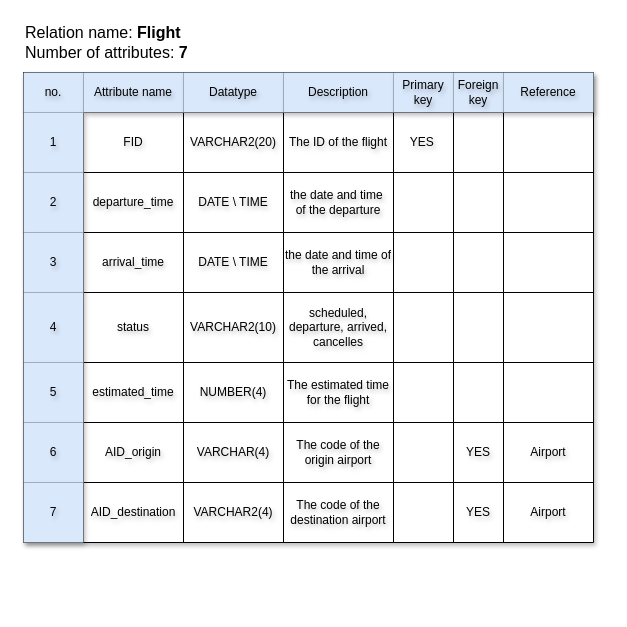
This is page "Flight_data_dictionary" (4 of 8) of Airport-DBMS.drawio from AbdullahKhkmba/Airport-DBMS, a draw.io file, before an edit. Source tidied: cells renumbered, new cells numbered last; positions are measured from the earlier drawing's top-left corner, leaving out a move shared by most shapes. Both pictures are drawn from the tidied source at 100%, with x=0, y=0 at pixel (23, 17).
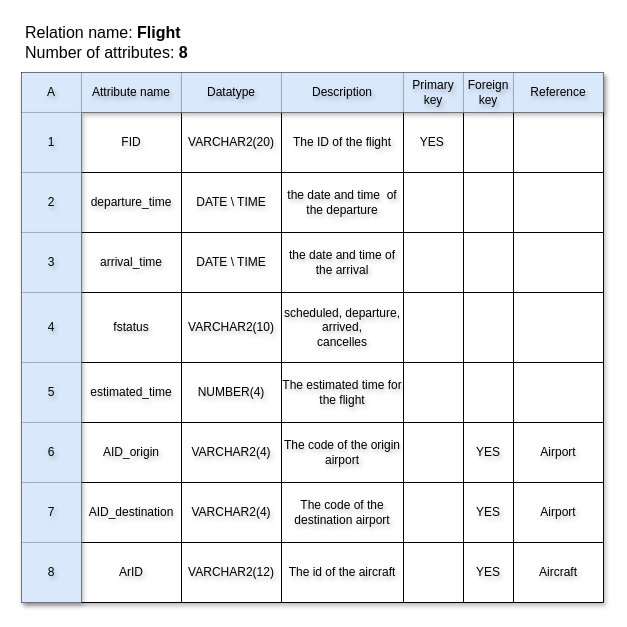
The same diagram, later.

The edit, as a diff of the source:
```diff
@@
     <mxCell id="2" style="shape=table;startSize=0;childLayout=tableLayout;rounded=1;shadow=1;textShadow=1;swimlaneFillColor=none;" parent="1" vertex="1">
-      <mxGeometry y="55" width="570" height="470" as="geometry" />
+      <mxGeometry x="-2" y="55" width="582" height="530" as="geometry" />
     </mxCell>
     <mxCell id="3" style="shape=tableRow;horizontal=0;startSize=0;swimlaneHead=0;swimlaneBody=0;strokeColor=inherit;top=0;left=0;bottom=0;right=0;fillColor=none;rounded=1;shadow=1;textShadow=1;swimlaneFillColor=none;" parent="2" vertex="1">
-      <mxGeometry width="570" height="40" as="geometry" />
+      <mxGeometry width="582" height="40" as="geometry" />
     </mxCell>
-    <mxCell id="4" value="no." style="shape=partialRectangle;html=1;whiteSpace=wrap;strokeColor=#6c8ebf;overflow=hidden;fillColor=#dae8fc;top=0;left=0;bottom=0;right=0;rounded=1;shadow=1;textShadow=1;swimlaneFillColor=none;" parent="3" vertex="1">
+    <mxCell id="4" value="A" style="shape=partialRectangle;html=1;whiteSpace=wrap;strokeColor=#6c8ebf;overflow=hidden;fillColor=#dae8fc;top=0;left=0;bottom=0;right=0;rounded=1;shadow=1;textShadow=1;swimlaneFillColor=none;" parent="3" vertex="1">
       <mxGeometry width="60" height="40" as="geometry" />
     </mxCell>
@@
     <mxCell id="7" value="Description" style="shape=partialRectangle;html=1;whiteSpace=wrap;strokeColor=#6c8ebf;overflow=hidden;fillColor=#dae8fc;top=0;left=0;bottom=0;right=0;rounded=1;shadow=1;textShadow=1;swimlaneFillColor=none;" parent="3" vertex="1">
-      <mxGeometry x="260" width="110" height="40" as="geometry" />
+      <mxGeometry x="260" width="122" height="40" as="geometry" />
     </mxCell>
     <mxCell id="8" value="Primary key" style="shape=partialRectangle;html=1;whiteSpace=wrap;strokeColor=#6c8ebf;overflow=hidden;fillColor=#dae8fc;top=0;left=0;bottom=0;right=0;rounded=1;shadow=1;textShadow=1;swimlaneFillColor=none;" parent="3" vertex="1">
-      <mxGeometry x="370" width="60" height="40" as="geometry" />
+      <mxGeometry x="382" width="60" height="40" as="geometry" />
     </mxCell>
     <mxCell id="9" value="Foreign key" style="shape=partialRectangle;html=1;whiteSpace=wrap;strokeColor=#6c8ebf;overflow=hidden;fillColor=#dae8fc;top=0;left=0;bottom=0;right=0;rounded=1;shadow=1;textShadow=1;swimlaneFillColor=none;" parent="3" vertex="1">
-      <mxGeometry x="430" width="50" height="40" as="geometry" />
+      <mxGeometry x="442" width="50" height="40" as="geometry" />
     </mxCell>
     <mxCell id="10" value="Reference" style="shape=partialRectangle;html=1;whiteSpace=wrap;strokeColor=#6c8ebf;overflow=hidden;fillColor=#dae8fc;top=0;left=0;bottom=0;right=0;rounded=1;shadow=1;textShadow=1;swimlaneFillColor=none;" parent="3" vertex="1">
-      <mxGeometry x="480" width="90" height="40" as="geometry" />
+      <mxGeometry x="492" width="90" height="40" as="geometry" />
     </mxCell>
     <mxCell id="11" style="shape=tableRow;horizontal=0;startSize=0;swimlaneHead=0;swimlaneBody=0;strokeColor=inherit;top=0;left=0;bottom=0;right=0;fillColor=none;rounded=1;shadow=1;textShadow=1;swimlaneFillColor=none;" parent="2" vertex="1">
-      <mxGeometry y="40" width="570" height="60" as="geometry" />
+      <mxGeometry y="40" width="582" height="60" as="geometry" />
     </mxCell>
@@
     <mxCell id="15" value="The ID of the flight" style="shape=partialRectangle;html=1;whiteSpace=wrap;strokeColor=inherit;overflow=hidden;fillColor=none;top=0;left=0;bottom=0;right=0;rounded=1;shadow=1;textShadow=1;swimlaneFillColor=none;" parent="11" vertex="1">
-      <mxGeometry x="260" width="110" height="60" as="geometry" />
+      <mxGeometry x="260" width="122" height="60" as="geometry" />
     </mxCell>
     <mxCell id="16" value="YES&lt;span style=&quot;white-space: pre;&quot;&gt;&#9;&lt;/span&gt;" style="shape=partialRectangle;html=1;whiteSpace=wrap;strokeColor=inherit;overflow=hidden;fillColor=none;top=0;left=0;bottom=0;right=0;rounded=1;shadow=1;textShadow=1;swimlaneFillColor=none;" parent="11" vertex="1">
-      <mxGeometry x="370" width="60" height="60" as="geometry" />
+      <mxGeometry x="382" width="60" height="60" as="geometry" />
     </mxCell>
     <mxCell id="17" style="shape=partialRectangle;html=1;whiteSpace=wrap;strokeColor=inherit;overflow=hidden;fillColor=none;top=0;left=0;bottom=0;right=0;rounded=1;shadow=1;textShadow=1;swimlaneFillColor=none;" parent="11" vertex="1">
-      <mxGeometry x="430" width="50" height="60" as="geometry" />
+      <mxGeometry x="442" width="50" height="60" as="geometry" />
     </mxCell>
     <mxCell id="18" style="shape=partialRectangle;html=1;whiteSpace=wrap;strokeColor=inherit;overflow=hidden;fillColor=none;top=0;left=0;bottom=0;right=0;rounded=1;shadow=1;textShadow=1;swimlaneFillColor=none;" parent="11" vertex="1">
-      <mxGeometry x="480" width="90" height="60" as="geometry" />
+      <mxGeometry x="492" width="90" height="60" as="geometry" />
     </mxCell>
     <mxCell id="19" style="shape=tableRow;horizontal=0;startSize=0;swimlaneHead=0;swimlaneBody=0;strokeColor=inherit;top=0;left=0;bottom=0;right=0;fillColor=none;rounded=1;shadow=1;textShadow=1;swimlaneFillColor=none;" parent="2" vertex="1">
-      <mxGeometry y="100" width="570" height="60" as="geometry" />
+      <mxGeometry y="100" width="582" height="60" as="geometry" />
     </mxCell>
@@
     <mxCell id="23" value="the date and time&amp;nbsp; of the departure" style="shape=partialRectangle;html=1;whiteSpace=wrap;strokeColor=inherit;overflow=hidden;fillColor=none;top=0;left=0;bottom=0;right=0;rounded=1;shadow=1;textShadow=1;swimlaneFillColor=none;" parent="19" vertex="1">
-      <mxGeometry x="260" width="110" height="60" as="geometry" />
+      <mxGeometry x="260" width="122" height="60" as="geometry" />
     </mxCell>
     <mxCell id="24" style="shape=partialRectangle;html=1;whiteSpace=wrap;strokeColor=inherit;overflow=hidden;fillColor=none;top=0;left=0;bottom=0;right=0;rounded=1;shadow=1;textShadow=1;swimlaneFillColor=none;" parent="19" vertex="1">
-      <mxGeometry x="370" width="60" height="60" as="geometry" />
+      <mxGeometry x="382" width="60" height="60" as="geometry" />
     </mxCell>
     <mxCell id="25" style="shape=partialRectangle;html=1;whiteSpace=wrap;strokeColor=inherit;overflow=hidden;fillColor=none;top=0;left=0;bottom=0;right=0;rounded=1;shadow=1;textShadow=1;swimlaneFillColor=none;" parent="19" vertex="1">
-      <mxGeometry x="430" width="50" height="60" as="geometry" />
+      <mxGeometry x="442" width="50" height="60" as="geometry" />
     </mxCell>
     <mxCell id="26" style="shape=partialRectangle;html=1;whiteSpace=wrap;strokeColor=inherit;overflow=hidden;fillColor=none;top=0;left=0;bottom=0;right=0;rounded=1;shadow=1;textShadow=1;swimlaneFillColor=none;" parent="19" vertex="1">
-      <mxGeometry x="480" width="90" height="60" as="geometry" />
+      <mxGeometry x="492" width="90" height="60" as="geometry" />
     </mxCell>
     <mxCell id="27" style="shape=tableRow;horizontal=0;startSize=0;swimlaneHead=0;swimlaneBody=0;strokeColor=inherit;top=0;left=0;bottom=0;right=0;fillColor=none;rounded=1;shadow=1;textShadow=1;swimlaneFillColor=none;" parent="2" vertex="1">
-      <mxGeometry y="160" width="570" height="60" as="geometry" />
+      <mxGeometry y="160" width="582" height="60" as="geometry" />
     </mxCell>
@@
     <mxCell id="31" value="the date and time of the arrival" style="shape=partialRectangle;html=1;whiteSpace=wrap;strokeColor=inherit;overflow=hidden;fillColor=none;top=0;left=0;bottom=0;right=0;rounded=1;shadow=1;textShadow=1;swimlaneFillColor=none;" parent="27" vertex="1">
-      <mxGeometry x="260" width="110" height="60" as="geometry" />
+      <mxGeometry x="260" width="122" height="60" as="geometry" />
     </mxCell>
     <mxCell id="32" style="shape=partialRectangle;html=1;whiteSpace=wrap;strokeColor=inherit;overflow=hidden;fillColor=none;top=0;left=0;bottom=0;right=0;rounded=1;shadow=1;textShadow=1;swimlaneFillColor=none;" parent="27" vertex="1">
-      <mxGeometry x="370" width="60" height="60" as="geometry" />
+      <mxGeometry x="382" width="60" height="60" as="geometry" />
     </mxCell>
     <mxCell id="33" style="shape=partialRectangle;html=1;whiteSpace=wrap;strokeColor=inherit;overflow=hidden;fillColor=none;top=0;left=0;bottom=0;right=0;rounded=1;shadow=1;textShadow=1;swimlaneFillColor=none;" parent="27" vertex="1">
-      <mxGeometry x="430" width="50" height="60" as="geometry" />
+      <mxGeometry x="442" width="50" height="60" as="geometry" />
     </mxCell>
     <mxCell id="34" style="shape=partialRectangle;html=1;whiteSpace=wrap;strokeColor=inherit;overflow=hidden;fillColor=none;top=0;left=0;bottom=0;right=0;rounded=1;shadow=1;textShadow=1;swimlaneFillColor=none;" parent="27" vertex="1">
-      <mxGeometry x="480" width="90" height="60" as="geometry" />
+      <mxGeometry x="492" width="90" height="60" as="geometry" />
     </mxCell>
     <mxCell id="35" style="shape=tableRow;horizontal=0;startSize=0;swimlaneHead=0;swimlaneBody=0;strokeColor=inherit;top=0;left=0;bottom=0;right=0;fillColor=none;rounded=1;shadow=1;textShadow=1;swimlaneFillColor=none;" parent="2" vertex="1">
-      <mxGeometry y="220" width="570" height="70" as="geometry" />
+      <mxGeometry y="220" width="582" height="70" as="geometry" />
     </mxCell>
@@
-    <mxCell id="37" value="status" style="shape=partialRectangle;html=1;whiteSpace=wrap;strokeColor=inherit;overflow=hidden;fillColor=none;top=0;left=0;bottom=0;right=0;rounded=1;shadow=1;textShadow=1;swimlaneFillColor=none;" parent="35" vertex="1">
+    <mxCell id="37" value="fstatus" style="shape=partialRectangle;html=1;whiteSpace=wrap;strokeColor=inherit;overflow=hidden;fillColor=none;top=0;left=0;bottom=0;right=0;rounded=1;shadow=1;textShadow=1;swimlaneFillColor=none;" parent="35" vertex="1">
       <mxGeometry x="60" width="100" height="70" as="geometry" />
     </mxCell>
@@
     <mxCell id="39" value="scheduled, departure, arrived,&lt;div&gt;cancelles&lt;/div&gt;" style="shape=partialRectangle;html=1;whiteSpace=wrap;strokeColor=inherit;overflow=hidden;fillColor=none;top=0;left=0;bottom=0;right=0;rounded=1;shadow=1;textShadow=1;swimlaneFillColor=none;" parent="35" vertex="1">
-      <mxGeometry x="260" width="110" height="70" as="geometry" />
+      <mxGeometry x="260" width="122" height="70" as="geometry" />
     </mxCell>
     <mxCell id="40" style="shape=partialRectangle;html=1;whiteSpace=wrap;strokeColor=inherit;overflow=hidden;fillColor=none;top=0;left=0;bottom=0;right=0;rounded=1;shadow=1;textShadow=1;swimlaneFillColor=none;" parent="35" vertex="1">
-      <mxGeometry x="370" width="60" height="70" as="geometry" />
+      <mxGeometry x="382" width="60" height="70" as="geometry" />
     </mxCell>
     <mxCell id="41" style="shape=partialRectangle;html=1;whiteSpace=wrap;strokeColor=inherit;overflow=hidden;fillColor=none;top=0;left=0;bottom=0;right=0;rounded=1;shadow=1;textShadow=1;swimlaneFillColor=none;" parent="35" vertex="1">
-      <mxGeometry x="430" width="50" height="70" as="geometry" />
+      <mxGeometry x="442" width="50" height="70" as="geometry" />
     </mxCell>
     <mxCell id="42" style="shape=partialRectangle;html=1;whiteSpace=wrap;strokeColor=inherit;overflow=hidden;fillColor=none;top=0;left=0;bottom=0;right=0;rounded=1;shadow=1;textShadow=1;swimlaneFillColor=none;" parent="35" vertex="1">
-      <mxGeometry x="480" width="90" height="70" as="geometry" />
+      <mxGeometry x="492" width="90" height="70" as="geometry" />
     </mxCell>
     <mxCell id="43" style="shape=tableRow;horizontal=0;startSize=0;swimlaneHead=0;swimlaneBody=0;strokeColor=inherit;top=0;left=0;bottom=0;right=0;fillColor=none;rounded=1;shadow=1;textShadow=1;swimlaneFillColor=none;" parent="2" vertex="1">
-      <mxGeometry y="290" width="570" height="60" as="geometry" />
+      <mxGeometry y="290" width="582" height="60" as="geometry" />
     </mxCell>
@@
     <mxCell id="47" value="The estimated time for the flight" style="shape=partialRectangle;html=1;whiteSpace=wrap;strokeColor=inherit;overflow=hidden;fillColor=none;top=0;left=0;bottom=0;right=0;rounded=1;shadow=1;textShadow=1;swimlaneFillColor=none;" parent="43" vertex="1">
-      <mxGeometry x="260" width="110" height="60" as="geometry" />
+      <mxGeometry x="260" width="122" height="60" as="geometry" />
     </mxCell>
     <mxCell id="48" style="shape=partialRectangle;html=1;whiteSpace=wrap;strokeColor=inherit;overflow=hidden;fillColor=none;top=0;left=0;bottom=0;right=0;rounded=1;shadow=1;textShadow=1;swimlaneFillColor=none;" parent="43" vertex="1">
-      <mxGeometry x="370" width="60" height="60" as="geometry" />
+      <mxGeometry x="382" width="60" height="60" as="geometry" />
     </mxCell>
     <mxCell id="49" style="shape=partialRectangle;html=1;whiteSpace=wrap;strokeColor=inherit;overflow=hidden;fillColor=none;top=0;left=0;bottom=0;right=0;rounded=1;shadow=1;textShadow=1;swimlaneFillColor=none;" parent="43" vertex="1">
-      <mxGeometry x="430" width="50" height="60" as="geometry" />
+      <mxGeometry x="442" width="50" height="60" as="geometry" />
     </mxCell>
     <mxCell id="50" style="shape=partialRectangle;html=1;whiteSpace=wrap;strokeColor=inherit;overflow=hidden;fillColor=none;top=0;left=0;bottom=0;right=0;rounded=1;shadow=1;textShadow=1;swimlaneFillColor=none;" parent="43" vertex="1">
-      <mxGeometry x="480" width="90" height="60" as="geometry" />
+      <mxGeometry x="492" width="90" height="60" as="geometry" />
     </mxCell>
     <mxCell id="51" style="shape=tableRow;horizontal=0;startSize=0;swimlaneHead=0;swimlaneBody=0;strokeColor=inherit;top=0;left=0;bottom=0;right=0;fillColor=none;rounded=1;shadow=1;textShadow=1;swimlaneFillColor=none;" parent="2" vertex="1">
-      <mxGeometry y="350" width="570" height="60" as="geometry" />
+      <mxGeometry y="350" width="582" height="60" as="geometry" />
     </mxCell>
@@
-    <mxCell id="54" value="VARCHAR(4)" style="shape=partialRectangle;html=1;whiteSpace=wrap;strokeColor=inherit;overflow=hidden;fillColor=none;top=0;left=0;bottom=0;right=0;rounded=1;shadow=1;textShadow=1;swimlaneFillColor=none;" parent="51" vertex="1">
+    <mxCell id="54" value="VARCHAR2(4)" style="shape=partialRectangle;html=1;whiteSpace=wrap;strokeColor=inherit;overflow=hidden;fillColor=none;top=0;left=0;bottom=0;right=0;rounded=1;shadow=1;textShadow=1;swimlaneFillColor=none;" parent="51" vertex="1">
       <mxGeometry x="160" width="100" height="60" as="geometry" />
     </mxCell>
     <mxCell id="55" value="The code of the origin airport" style="shape=partialRectangle;html=1;whiteSpace=wrap;strokeColor=inherit;overflow=hidden;fillColor=none;top=0;left=0;bottom=0;right=0;rounded=1;shadow=1;textShadow=1;swimlaneFillColor=none;" parent="51" vertex="1">
-      <mxGeometry x="260" width="110" height="60" as="geometry" />
+      <mxGeometry x="260" width="122" height="60" as="geometry" />
     </mxCell>
     <mxCell id="56" style="shape=partialRectangle;html=1;whiteSpace=wrap;strokeColor=inherit;overflow=hidden;fillColor=none;top=0;left=0;bottom=0;right=0;rounded=1;shadow=1;textShadow=1;swimlaneFillColor=none;" parent="51" vertex="1">
-      <mxGeometry x="370" width="60" height="60" as="geometry" />
+      <mxGeometry x="382" width="60" height="60" as="geometry" />
     </mxCell>
     <mxCell id="57" value="YES" style="shape=partialRectangle;html=1;whiteSpace=wrap;strokeColor=inherit;overflow=hidden;fillColor=none;top=0;left=0;bottom=0;right=0;rounded=1;shadow=1;textShadow=1;swimlaneFillColor=none;" parent="51" vertex="1">
-      <mxGeometry x="430" width="50" height="60" as="geometry" />
+      <mxGeometry x="442" width="50" height="60" as="geometry" />
     </mxCell>
     <mxCell id="58" value="Airport" style="shape=partialRectangle;html=1;whiteSpace=wrap;strokeColor=inherit;overflow=hidden;fillColor=none;top=0;left=0;bottom=0;right=0;rounded=1;shadow=1;textShadow=1;swimlaneFillColor=none;" parent="51" vertex="1">
-      <mxGeometry x="480" width="90" height="60" as="geometry" />
+      <mxGeometry x="492" width="90" height="60" as="geometry" />
     </mxCell>
     <mxCell id="59" style="shape=tableRow;horizontal=0;startSize=0;swimlaneHead=0;swimlaneBody=0;strokeColor=inherit;top=0;left=0;bottom=0;right=0;fillColor=none;rounded=1;shadow=1;textShadow=1;swimlaneFillColor=none;" parent="2" vertex="1">
-      <mxGeometry y="410" width="570" height="60" as="geometry" />
+      <mxGeometry y="410" width="582" height="60" as="geometry" />
     </mxCell>
@@
     <mxCell id="63" value="The code of the destination airport" style="shape=partialRectangle;html=1;whiteSpace=wrap;strokeColor=inherit;overflow=hidden;fillColor=none;top=0;left=0;bottom=0;right=0;rounded=1;shadow=1;textShadow=1;swimlaneFillColor=none;" parent="59" vertex="1">
-      <mxGeometry x="260" width="110" height="60" as="geometry" />
+      <mxGeometry x="260" width="122" height="60" as="geometry" />
     </mxCell>
     <mxCell id="64" style="shape=partialRectangle;html=1;whiteSpace=wrap;strokeColor=inherit;overflow=hidden;fillColor=none;top=0;left=0;bottom=0;right=0;rounded=1;shadow=1;textShadow=1;swimlaneFillColor=none;" parent="59" vertex="1">
-      <mxGeometry x="370" width="60" height="60" as="geometry" />
+      <mxGeometry x="382" width="60" height="60" as="geometry" />
     </mxCell>
     <mxCell id="65" value="YES" style="shape=partialRectangle;html=1;whiteSpace=wrap;strokeColor=inherit;overflow=hidden;fillColor=none;top=0;left=0;bottom=0;right=0;rounded=1;shadow=1;textShadow=1;swimlaneFillColor=none;" parent="59" vertex="1">
-      <mxGeometry x="430" width="50" height="60" as="geometry" />
+      <mxGeometry x="442" width="50" height="60" as="geometry" />
     </mxCell>
     <mxCell id="66" value="Airport" style="shape=partialRectangle;html=1;whiteSpace=wrap;strokeColor=inherit;overflow=hidden;fillColor=none;top=0;left=0;bottom=0;right=0;rounded=1;shadow=1;textShadow=1;swimlaneFillColor=none;" parent="59" vertex="1">
-      <mxGeometry x="480" width="90" height="60" as="geometry" />
+      <mxGeometry x="492" width="90" height="60" as="geometry" />
     </mxCell>
+    <mxCell id="68" style="shape=tableRow;horizontal=0;startSize=0;swimlaneHead=0;swimlaneBody=0;strokeColor=inherit;top=0;left=0;bottom=0;right=0;fillColor=none;rounded=1;shadow=1;textShadow=1;swimlaneFillColor=none;" parent="2" vertex="1">
+      <mxGeometry y="470" width="582" height="60" as="geometry" />
+    </mxCell>
+    <mxCell id="69" value="8" style="shape=partialRectangle;html=1;whiteSpace=wrap;strokeColor=#6c8ebf;overflow=hidden;fillColor=#dae8fc;top=0;left=0;bottom=0;right=0;rounded=1;shadow=1;textShadow=1;swimlaneFillColor=none;" parent="68" vertex="1">
+      <mxGeometry width="60" height="60" as="geometry" />
+    </mxCell>
+    <mxCell id="70" value="ArID" style="shape=partialRectangle;html=1;whiteSpace=wrap;strokeColor=inherit;overflow=hidden;fillColor=none;top=0;left=0;bottom=0;right=0;rounded=1;shadow=1;textShadow=1;swimlaneFillColor=none;" parent="68" vertex="1">
+      <mxGeometry x="60" width="100" height="60" as="geometry" />
+    </mxCell>
+    <mxCell id="71" value="VARCHAR2(12)" style="shape=partialRectangle;html=1;whiteSpace=wrap;strokeColor=inherit;overflow=hidden;fillColor=none;top=0;left=0;bottom=0;right=0;rounded=1;shadow=1;textShadow=1;swimlaneFillColor=none;" parent="68" vertex="1">
+      <mxGeometry x="160" width="100" height="60" as="geometry" />
+    </mxCell>
+    <mxCell id="72" value="The id of the aircraft" style="shape=partialRectangle;html=1;whiteSpace=wrap;strokeColor=inherit;overflow=hidden;fillColor=none;top=0;left=0;bottom=0;right=0;rounded=1;shadow=1;textShadow=1;swimlaneFillColor=none;" parent="68" vertex="1">
+      <mxGeometry x="260" width="122" height="60" as="geometry" />
+    </mxCell>
+    <mxCell id="73" style="shape=partialRectangle;html=1;whiteSpace=wrap;strokeColor=inherit;overflow=hidden;fillColor=none;top=0;left=0;bottom=0;right=0;rounded=1;shadow=1;textShadow=1;swimlaneFillColor=none;" parent="68" vertex="1">
+      <mxGeometry x="382" width="60" height="60" as="geometry" />
+    </mxCell>
+    <mxCell id="74" value="YES" style="shape=partialRectangle;html=1;whiteSpace=wrap;strokeColor=inherit;overflow=hidden;fillColor=none;top=0;left=0;bottom=0;right=0;rounded=1;shadow=1;textShadow=1;swimlaneFillColor=none;" parent="68" vertex="1">
+      <mxGeometry x="442" width="50" height="60" as="geometry" />
+    </mxCell>
+    <mxCell id="75" value="Aircraft" style="shape=partialRectangle;html=1;whiteSpace=wrap;strokeColor=inherit;overflow=hidden;fillColor=none;top=0;left=0;bottom=0;right=0;rounded=1;shadow=1;textShadow=1;swimlaneFillColor=none;" parent="68" vertex="1">
+      <mxGeometry x="492" width="90" height="60" as="geometry" />
+    </mxCell>
-    <mxCell id="67" value="&lt;font style=&quot;font-size: 16px;&quot;&gt;Relation name:&lt;b&gt;&amp;nbsp;Flight&lt;/b&gt;&lt;/font&gt;&lt;div style=&quot;font-size: 16px;&quot;&gt;&lt;font style=&quot;font-size: 16px;&quot;&gt;Number of attributes: &lt;b&gt;7&lt;/b&gt;&lt;/font&gt;&lt;/div&gt;" style="text;html=1;align=left;verticalAlign=middle;strokeColor=none;fillColor=none;" parent="1" vertex="1">
+    <mxCell id="67" value="&lt;font style=&quot;font-size: 16px;&quot;&gt;Relation name:&lt;b&gt;&amp;nbsp;Flight&lt;/b&gt;&lt;/font&gt;&lt;div style=&quot;font-size: 16px;&quot;&gt;&lt;font style=&quot;font-size: 16px;&quot;&gt;Number of attributes: &lt;b&gt;8&lt;/b&gt;&lt;/font&gt;&lt;/div&gt;" style="text;html=1;align=left;verticalAlign=middle;strokeColor=none;fillColor=none;" parent="1" vertex="1">
       <mxGeometry width="190" height="50" as="geometry" />
     </mxCell>
```
